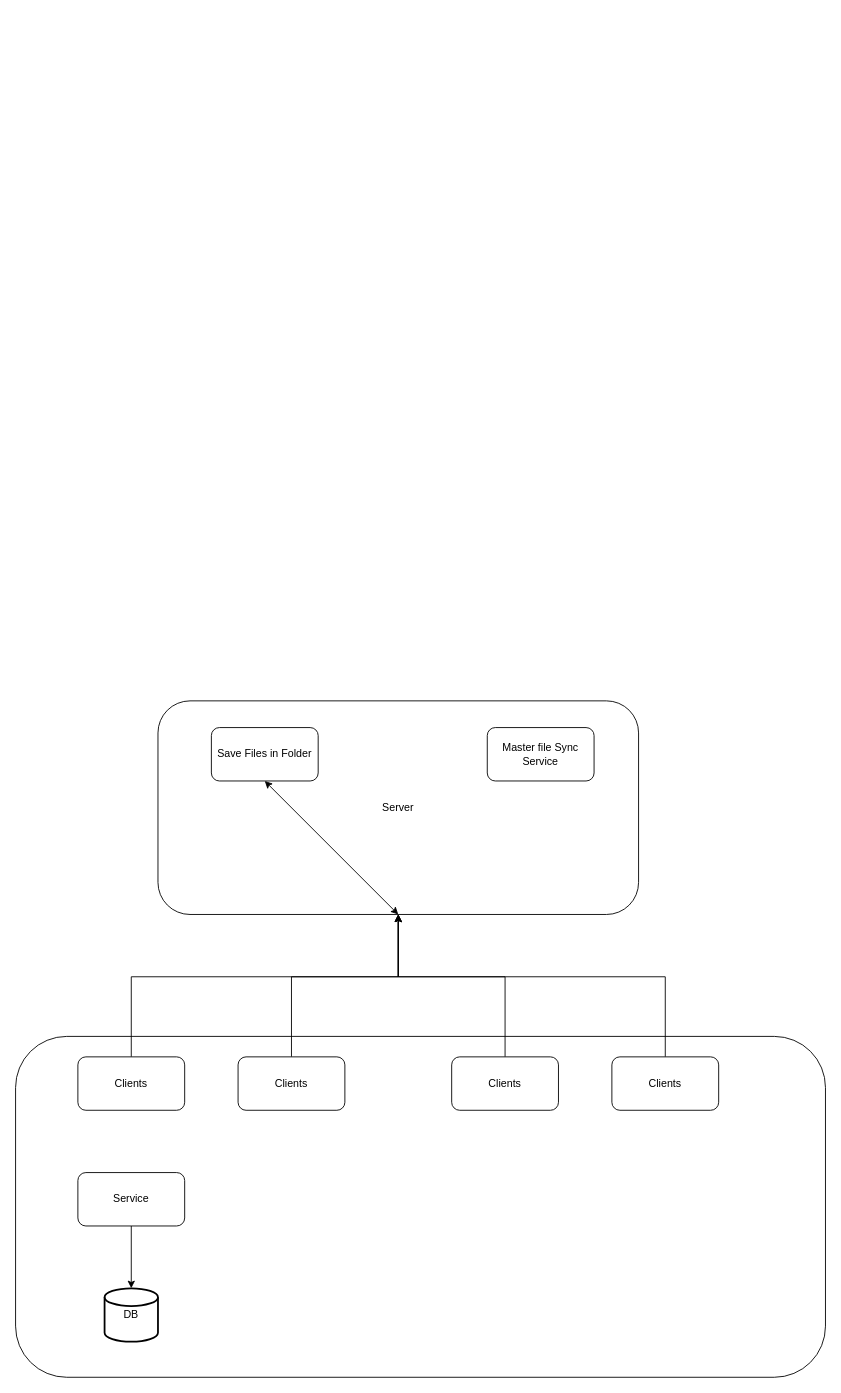
The draw.io diagram page "Push Model" (1 of 2) of BFW Bespole High Level Desgin.drawio in AmolSJawalkar/DrawIO, before the edit. Source tidied: cells renumbered, new cells numbered last; positions are measured from the earlier drawing's top-left corner, leaving out a move shared by most shapes. Both pictures are drawn from the tidied source at 89%, with x=0, y=0 at pixel (15, 700).
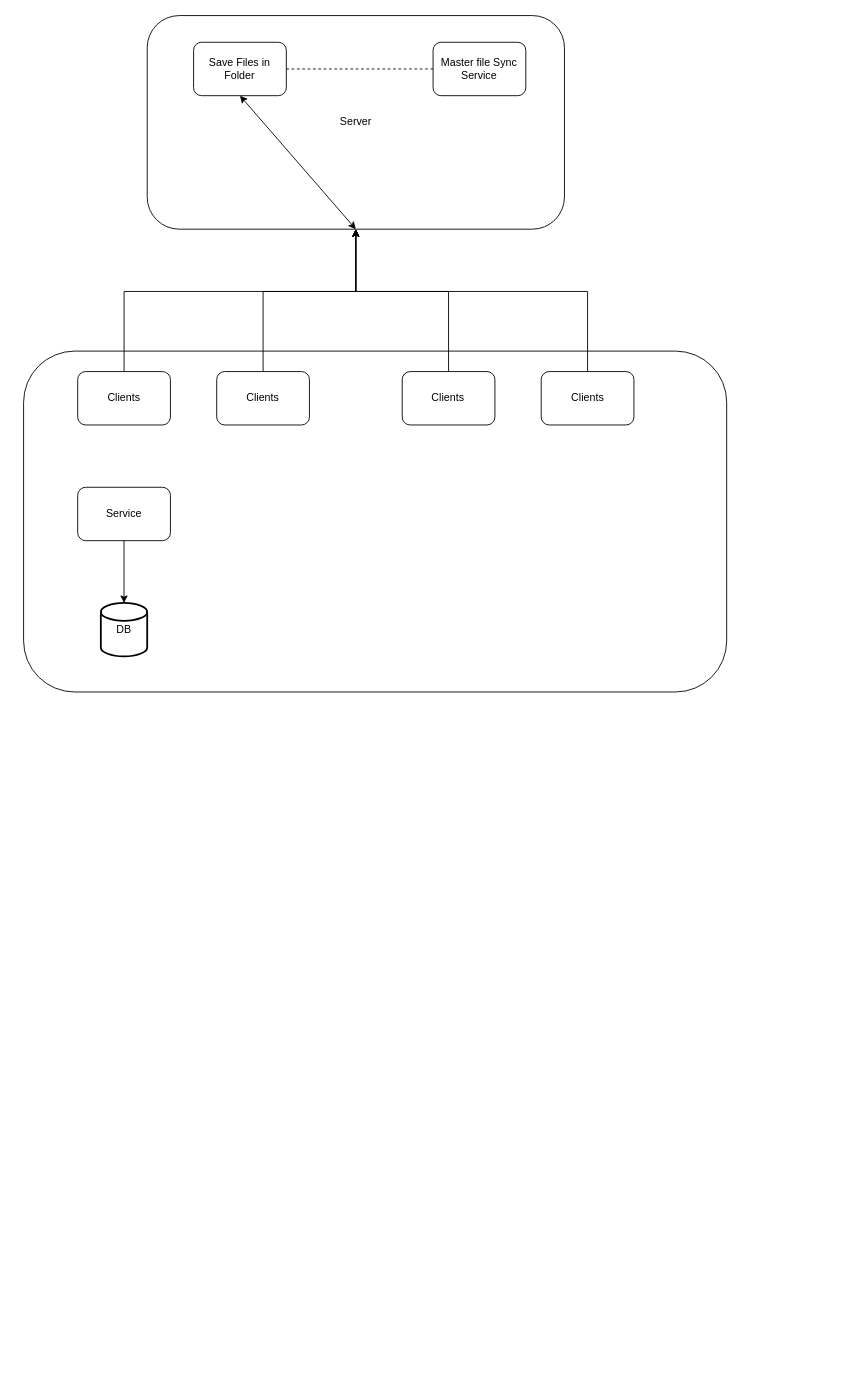
The same diagram, later.

Diff of the diagram source:
```diff
@@
     <mxCell id="2" style="rounded=1;whiteSpace=wrap;html=1;" parent="1" vertex="1">
-      <mxGeometry y="377" width="910" height="383" as="geometry" />
+      <mxGeometry x="9" y="-393" width="790" height="383" as="geometry" />
     </mxCell>
     <mxCell id="3" value="Server" style="rounded=1;whiteSpace=wrap;html=1;" parent="1" vertex="1">
-      <mxGeometry x="160" width="540" height="240" as="geometry" />
+      <mxGeometry x="147.9" y="-770" width="468.8" height="240" as="geometry" />
     </mxCell>
     <mxCell id="4" style="edgeStyle=orthogonalEdgeStyle;rounded=0;jettySize=auto;html=1;" parent="1" edge="1" source="5" target="3">
       <mxGeometry relative="1" as="geometry">
         <Array as="points">
-          <mxPoint x="130" y="310" />
-          <mxPoint x="430" y="310" />
+          <mxPoint x="121.9" y="-460" />
+          <mxPoint x="382.3" y="-460" />
         </Array>
       </mxGeometry>
     </mxCell>
     <mxCell id="5" value="Clients" style="rounded=1;whiteSpace=wrap;html=1;" parent="1" vertex="1">
-      <mxGeometry x="70" y="400" width="120" height="60" as="geometry" />
+      <mxGeometry x="69.8" y="-370" width="104.2" height="60" as="geometry" />
     </mxCell>
     <mxCell id="6" style="edgeStyle=orthogonalEdgeStyle;rounded=0;jettySize=auto;html=1;entryX=0.5;entryY=1;entryDx=0;entryDy=0;" parent="1" edge="1" source="7" target="3">
       <mxGeometry relative="1" as="geometry">
         <Array as="points">
-          <mxPoint x="310" y="310" />
-          <mxPoint x="430" y="310" />
+          <mxPoint x="278.1" y="-460" />
+          <mxPoint x="382.3" y="-460" />
         </Array>
       </mxGeometry>
     </mxCell>
     <mxCell id="7" value="Clients" style="rounded=1;whiteSpace=wrap;html=1;" parent="1" vertex="1">
-      <mxGeometry x="250" y="400" width="120" height="60" as="geometry" />
+      <mxGeometry x="226" y="-370" width="104.2" height="60" as="geometry" />
     </mxCell>
     <mxCell id="8" style="edgeStyle=orthogonalEdgeStyle;rounded=0;jettySize=auto;html=1;" parent="1" edge="1" source="9" target="3">
       <mxGeometry relative="1" as="geometry">
         <Array as="points">
-          <mxPoint x="550" y="310" />
-          <mxPoint x="430" y="310" />
+          <mxPoint x="486.5" y="-460" />
+          <mxPoint x="382.3" y="-460" />
         </Array>
       </mxGeometry>
     </mxCell>
     <mxCell id="9" value="Clients" style="rounded=1;whiteSpace=wrap;html=1;" parent="1" vertex="1">
-      <mxGeometry x="490" y="400" width="120" height="60" as="geometry" />
+      <mxGeometry x="434.4" y="-370" width="104.2" height="60" as="geometry" />
     </mxCell>
     <mxCell id="10" style="edgeStyle=orthogonalEdgeStyle;rounded=0;jettySize=auto;html=1;" parent="1" edge="1" source="11" target="3">
       <mxGeometry relative="1" as="geometry">
         <Array as="points">
-          <mxPoint x="730" y="310" />
-          <mxPoint x="430" y="310" />
+          <mxPoint x="642.7" y="-460" />
+          <mxPoint x="382.3" y="-460" />
         </Array>
       </mxGeometry>
     </mxCell>
     <mxCell id="11" value="Clients" style="rounded=1;whiteSpace=wrap;html=1;" parent="1" vertex="1">
-      <mxGeometry x="670" y="400" width="120" height="60" as="geometry" />
+      <mxGeometry x="590.6" y="-370" width="104.2" height="60" as="geometry" />
     </mxCell>
-    <mxCell id="12" style="edgeStyle=orthogonalEdgeStyle;rounded=0;jettySize=auto;html=1;entryX=0.5;entryY=0;entryDx=0;entryDy=0;entryPerimeter=0;" parent="1" edge="1" source="13" target="14">
-      <mxGeometry relative="1" as="geometry" />
-    </mxCell>
     <mxCell id="13" value="Service" style="rounded=1;whiteSpace=wrap;html=1;" parent="1" vertex="1">
-      <mxGeometry x="70" y="530" width="120" height="60" as="geometry" />
+      <mxGeometry x="69.8" y="-240" width="104.2" height="60" as="geometry" />
     </mxCell>
     <mxCell id="14" value="DB" style="strokeWidth=2;html=1;shape=mxgraph.flowchart.database;whiteSpace=wrap;" parent="1" vertex="1">
-      <mxGeometry x="100" y="660" width="60" height="60" as="geometry" />
+      <mxGeometry x="95.8" y="-110" width="52.1" height="60" as="geometry" />
     </mxCell>
+    <mxCell id="12" style="edgeStyle=orthogonalEdgeStyle;rounded=0;jettySize=auto;html=1;entryX=0.5;entryY=0;entryDx=0;entryDy=0;entryPerimeter=0;" parent="1" edge="1" source="13" target="14">
+      <mxGeometry relative="1" as="geometry" />
+    </mxCell>
     <mxCell id="15" value="Save Files in Folder" style="rounded=1;whiteSpace=wrap;html=1;" parent="1" vertex="1">
-      <mxGeometry x="220" y="30" width="120" height="60" as="geometry" />
+      <mxGeometry x="200" y="-740" width="104.2" height="60" as="geometry" />
     </mxCell>
     <mxCell id="16" value="Master file Sync Service" style="rounded=1;whiteSpace=wrap;html=1;" parent="1" vertex="1">
-      <mxGeometry x="530" y="30" width="120" height="60" as="geometry" />
+      <mxGeometry x="469.1" y="-740" width="104.2" height="60" as="geometry" />
     </mxCell>
@@
+    <mxCell id="18" style="endArrow=none;dashed=1;html=1;rounded=0;entryX=0;entryY=0.5;entryDx=0;entryDy=0;exitX=1;exitY=0.5;exitDx=0;exitDy=0;" parent="1" edge="1" source="15" target="16">
+      <mxGeometry relative="1" as="geometry" />
+    </mxCell>
```
